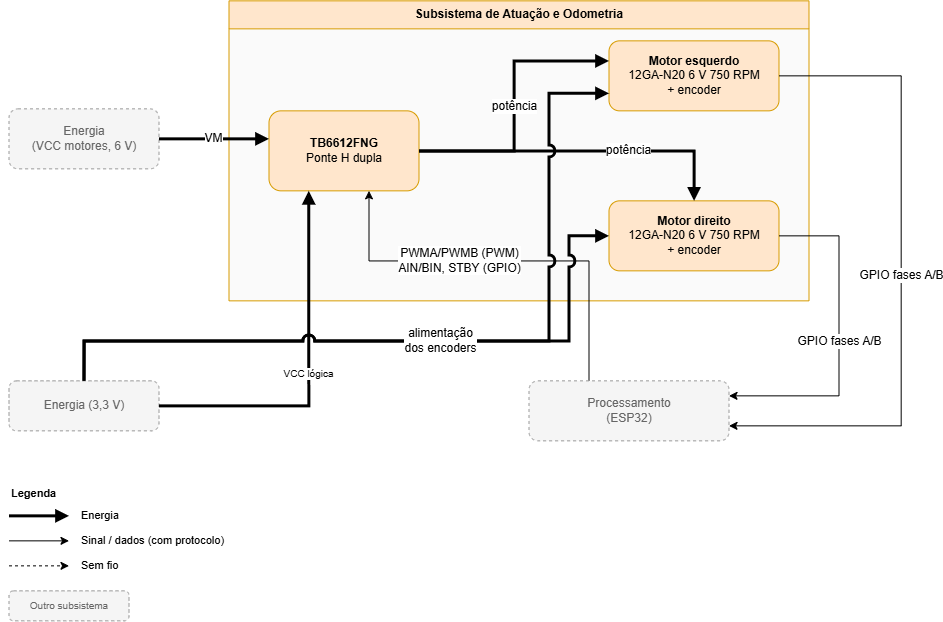
Above: hw/Placa de Integração/Diagrama de blocos/Diagrama de blocos-Atuação e Odometria.drawio.png in fcte-pi1/2026.2_PI1_Grupo2_Hilmer (draw.io), before the change. Source tidied: cells renumbered, new cells last; positions are measured from the earlier drawing's top-left corner, leaving out a move shared by most shapes. The source it was exported from:
```xml
<mxGraphModel>
  <root>
    <mxCell id="0" />
    <mxCell id="1" parent="0" />
    <mxCell id="2" value="Subsistema de Atuação e Odometria" style="swimlane;whiteSpace=wrap;html=1;startSize=28;fillColor=#ffe6cc;strokeColor=#d79b00;swimlaneFillColor=#FAFAFA;fontStyle=1;" parent="1" vertex="1">
      <mxGeometry x="220" width="580" height="300" as="geometry" />
    </mxCell>
    <mxCell id="3" value="&lt;b&gt;TB6612FNG&lt;/b&gt;&lt;br&gt;Ponte H dupla" style="rounded=1;whiteSpace=wrap;html=1;fillColor=#ffe6cc;strokeColor=#d79b00;" parent="2" vertex="1">
      <mxGeometry x="40" y="110" width="150" height="80" as="geometry" />
    </mxCell>
    <mxCell id="4" value="&lt;b&gt;Motor esquerdo&lt;/b&gt;&lt;br&gt;12GA-N20 6 V 750 RPM&lt;br&gt;+ encoder" style="rounded=1;whiteSpace=wrap;html=1;fillColor=#ffe6cc;strokeColor=#d79b00;" parent="2" vertex="1">
      <mxGeometry x="380" y="40" width="170" height="70" as="geometry" />
    </mxCell>
    <mxCell id="5" value="&lt;b&gt;Motor direito&lt;/b&gt;&lt;br&gt;12GA-N20 6 V 750 RPM&lt;br&gt;+ encoder" style="rounded=1;whiteSpace=wrap;html=1;fillColor=#ffe6cc;strokeColor=#d79b00;" parent="2" vertex="1">
      <mxGeometry x="380" y="200" width="170" height="70" as="geometry" />
    </mxCell>
    <mxCell id="6" value="&lt;font style=&quot;font-size: 12px;&quot;&gt;PWMA/PWMB (PWM)&lt;br&gt;AIN/BIN, STBY (GPIO)&lt;/font&gt;" style="edgeStyle=orthogonalEdgeStyle;rounded=0;jettySize=auto;html=1;labelBackgroundColor=#FFFFFF;fontSize=10;strokeWidth=1;endArrow=classic;endFill=1;exitX=0.3;exitY=0;exitDx=0;exitDy=0;jumpStyle=arc;jumpSize=8;" parent="1" edge="1" source="9">
      <mxGeometry x="0.22" relative="1" as="geometry">
        <mxPoint x="360" y="190" as="targetPoint" />
        <Array as="points">
          <mxPoint x="580" y="260" />
          <mxPoint x="360" y="260" />
        </Array>
      </mxGeometry>
    </mxCell>
    <mxCell id="7" value="Energia&lt;br&gt;(VCC motores, 6 V)" style="rounded=1;whiteSpace=wrap;html=1;fillColor=#f5f5f5;strokeColor=#999999;dashed=1;fontColor=#666666;" parent="1" vertex="1">
      <mxGeometry y="108" width="150" height="60" as="geometry" />
    </mxCell>
    <mxCell id="8" value="Energia (3,3 V)" style="rounded=1;whiteSpace=wrap;html=1;fillColor=#f5f5f5;strokeColor=#999999;dashed=1;fontColor=#666666;" parent="1" vertex="1">
      <mxGeometry y="380" width="150" height="50" as="geometry" />
    </mxCell>
    <mxCell id="9" value="Processamento&lt;br&gt;(ESP32)" style="rounded=1;whiteSpace=wrap;html=1;fillColor=#f5f5f5;strokeColor=#999999;dashed=1;fontColor=#666666;" parent="1" vertex="1">
      <mxGeometry x="520" y="380" width="200" height="60" as="geometry" />
    </mxCell>
    <mxCell id="10" value="&lt;font style=&quot;font-size: 12px;&quot;&gt;VM&lt;/font&gt;" style="edgeStyle=orthogonalEdgeStyle;rounded=0;jettySize=auto;html=1;labelBackgroundColor=#FFFFFF;fontSize=10;strokeWidth=3;endArrow=block;endFill=1;exitX=1;exitY=0.5;exitDx=0;exitDy=0;entryX=0;entryY=0.35;entryDx=0;entryDy=0;" parent="1" edge="1" source="7" target="3">
      <mxGeometry relative="1" as="geometry" />
    </mxCell>
    <mxCell id="11" value="VCC lógica" style="edgeStyle=orthogonalEdgeStyle;rounded=0;jettySize=auto;html=1;labelBackgroundColor=#FFFFFF;fontSize=10;strokeWidth=3;endArrow=block;endFill=1;exitX=1;exitY=0.5;exitDx=0;exitDy=0;" parent="1" edge="1" source="8">
      <mxGeometry relative="1" as="geometry">
        <mxPoint x="299.8" y="190" as="targetPoint" />
        <Array as="points">
          <mxPoint x="299.8" y="405" />
        </Array>
      </mxGeometry>
    </mxCell>
    <mxCell id="12" value="&lt;font style=&quot;font-size: 12px;&quot;&gt;potência&lt;/font&gt;" style="edgeStyle=orthogonalEdgeStyle;rounded=0;jettySize=auto;html=1;labelBackgroundColor=#FFFFFF;fontSize=10;strokeWidth=3;endArrow=block;endFill=1;" parent="1" edge="1" source="3" target="4">
      <mxGeometry relative="1" as="geometry">
        <Array as="points">
          <mxPoint x="505" y="150" />
          <mxPoint x="505" y="60" />
        </Array>
      </mxGeometry>
    </mxCell>
    <mxCell id="13" value="&lt;font style=&quot;font-size: 12px;&quot;&gt;potência&lt;/font&gt;" style="edgeStyle=orthogonalEdgeStyle;rounded=0;jettySize=auto;html=1;labelBackgroundColor=#FFFFFF;fontSize=10;strokeWidth=3;endArrow=block;endFill=1;" parent="1" edge="1" source="3" target="5">
      <mxGeometry x="0.29" relative="1" as="geometry" />
    </mxCell>
    <mxCell id="14" style="edgeStyle=orthogonalEdgeStyle;rounded=0;jettySize=auto;html=1;labelBackgroundColor=#FFFFFF;fontSize=10;strokeWidth=3;endArrow=block;endFill=1;exitX=0.5;exitY=0;exitDx=0;exitDy=0;entryX=0;entryY=0.5;entryDx=0;entryDy=0;jumpStyle=arc;jumpSize=8;" parent="1" edge="1" source="8" target="5">
      <mxGeometry relative="1" as="geometry">
        <Array as="points">
          <mxPoint x="75" y="340" />
          <mxPoint x="560" y="340" />
          <mxPoint x="560" y="235" />
        </Array>
      </mxGeometry>
    </mxCell>
    <mxCell id="15" value="&lt;font style=&quot;font-size: 12px;&quot;&gt;GPIO fases A/B&lt;/font&gt;" style="edgeStyle=orthogonalEdgeStyle;rounded=0;jettySize=auto;html=1;labelBackgroundColor=#FFFFFF;fontSize=10;strokeWidth=1;endArrow=classic;endFill=1;exitX=1;exitY=0.5;exitDx=0;exitDy=0;entryX=1;entryY=0.75;entryDx=0;entryDy=0;jumpStyle=arc;jumpSize=8;" parent="1" edge="1" source="4" target="9">
      <mxGeometry relative="1" as="geometry">
        <Array as="points">
          <mxPoint x="892.2" y="75" />
          <mxPoint x="892.2" y="425" />
        </Array>
      </mxGeometry>
    </mxCell>
    <mxCell id="16" value="&lt;font style=&quot;font-size: 12px;&quot;&gt;GPIO fases A/B&lt;/font&gt;" style="edgeStyle=orthogonalEdgeStyle;rounded=0;jettySize=auto;html=1;labelBackgroundColor=#FFFFFF;fontSize=10;strokeWidth=1;endArrow=classic;endFill=1;exitX=1;exitY=0.5;exitDx=0;exitDy=0;entryX=1;entryY=0.25;entryDx=0;entryDy=0;jumpStyle=arc;jumpSize=8;" parent="1" edge="1" source="5" target="9">
      <mxGeometry relative="1" as="geometry">
        <Array as="points">
          <mxPoint x="830" y="235" />
          <mxPoint x="830" y="395" />
        </Array>
      </mxGeometry>
    </mxCell>
    <mxCell id="17" value="&lt;b&gt;Legenda&lt;/b&gt;" style="text;html=1;align=left;verticalAlign=top;whiteSpace=wrap;fontSize=11;" parent="1" vertex="1">
      <mxGeometry y="480" width="200" height="20" as="geometry" />
    </mxCell>
    <mxCell id="18" style="edgeStyle=orthogonalEdgeStyle;rounded=0;orthogonalLoop=1;jettySize=auto;html=1;labelBackgroundColor=#FFFFFF;fontSize=10;strokeWidth=3;endArrow=block;endFill=1;" parent="1" edge="1">
      <mxGeometry relative="1" as="geometry">
        <mxPoint y="515" as="sourcePoint" />
        <mxPoint x="60" y="515" as="targetPoint" />
      </mxGeometry>
    </mxCell>
    <mxCell id="19" value="Energia" style="text;html=1;align=left;verticalAlign=top;whiteSpace=wrap;fontSize=11;verticalAlign=middle;" parent="1" vertex="1">
      <mxGeometry x="70" y="505" width="200" height="20" as="geometry" />
    </mxCell>
    <mxCell id="20" style="edgeStyle=orthogonalEdgeStyle;rounded=0;orthogonalLoop=1;jettySize=auto;html=1;labelBackgroundColor=#FFFFFF;fontSize=10;strokeWidth=1;endArrow=classic;endFill=1;" parent="1" edge="1">
      <mxGeometry relative="1" as="geometry">
        <mxPoint y="540" as="sourcePoint" />
        <mxPoint x="60" y="540" as="targetPoint" />
      </mxGeometry>
    </mxCell>
    <mxCell id="21" value="Sinal / dados (com protocolo)" style="text;html=1;align=left;verticalAlign=top;whiteSpace=wrap;fontSize=11;verticalAlign=middle;" parent="1" vertex="1">
      <mxGeometry x="70" y="530" width="200" height="20" as="geometry" />
    </mxCell>
    <mxCell id="22" style="edgeStyle=orthogonalEdgeStyle;rounded=0;orthogonalLoop=1;jettySize=auto;html=1;labelBackgroundColor=#FFFFFF;fontSize=10;strokeWidth=1;endArrow=classic;endFill=1;dashed=1;" parent="1" edge="1">
      <mxGeometry relative="1" as="geometry">
        <mxPoint y="565" as="sourcePoint" />
        <mxPoint x="60" y="565" as="targetPoint" />
      </mxGeometry>
    </mxCell>
    <mxCell id="23" value="Sem fio" style="text;html=1;align=left;verticalAlign=top;whiteSpace=wrap;fontSize=11;verticalAlign=middle;" parent="1" vertex="1">
      <mxGeometry x="70" y="555" width="200" height="20" as="geometry" />
    </mxCell>
    <mxCell id="24" value="Outro subsistema" style="rounded=1;whiteSpace=wrap;html=1;fillColor=#f5f5f5;strokeColor=#999999;dashed=1;fontColor=#666666;fontSize=10;" parent="1" vertex="1">
      <mxGeometry y="590" width="120" height="30" as="geometry" />
    </mxCell>
    <mxCell id="25" value="&lt;font style=&quot;font-size: 12px; background-color: light-dark(rgb(255, 255, 255), rgb(18, 18, 18));&quot;&gt;alimentação&lt;br&gt;dos encoders&lt;/font&gt;" style="edgeStyle=orthogonalEdgeStyle;rounded=0;jettySize=auto;html=1;labelBackgroundColor=#FFFFFF;fontSize=10;strokeWidth=3;endArrow=block;endFill=1;exitX=0.5;exitY=0;exitDx=0;exitDy=0;entryX=0;entryY=0.75;entryDx=0;entryDy=0;jumpStyle=arc;jumpSize=8;" parent="1" edge="1" source="8" target="4">
      <mxGeometry x="-0.02" relative="1" as="geometry">
        <Array as="points">
          <mxPoint x="75" y="340" />
          <mxPoint x="540" y="340" />
          <mxPoint x="540" y="92.5" />
        </Array>
      </mxGeometry>
    </mxCell>
  </root>
</mxGraphModel>
```
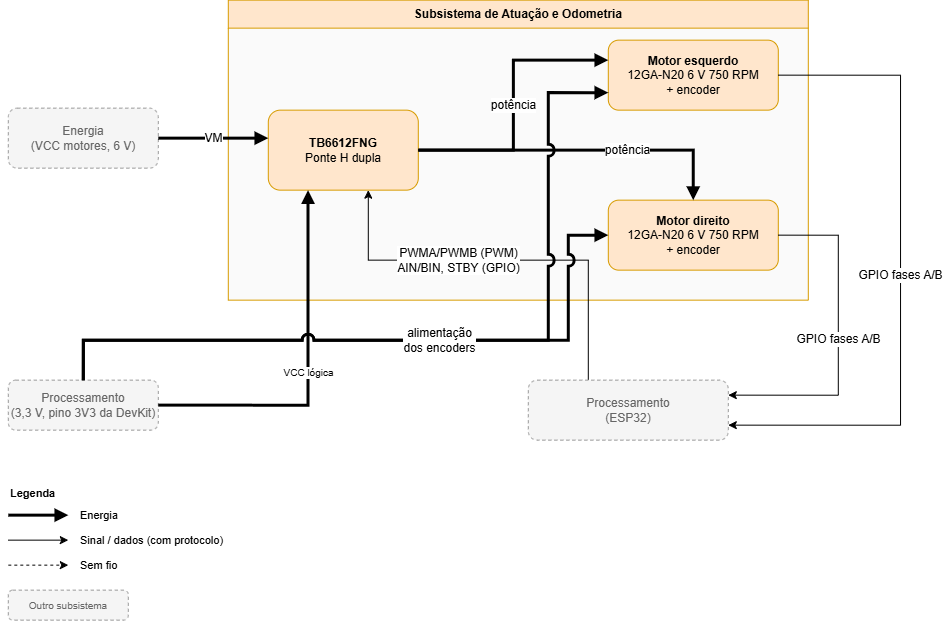
After the commit.

Commit message:
[Hardware] Documenta diagrama de blocos e atualiza alimentação

Change to the diagram source:
```diff
@@ -26,7 +26,7 @@
     <mxCell id="7" value="Energia&lt;br&gt;(VCC motores, 6 V)" style="rounded=1;whiteSpace=wrap;html=1;fillColor=#f5f5f5;strokeColor=#999999;dashed=1;fontColor=#666666;" parent="1" vertex="1">
       <mxGeometry y="108" width="150" height="60" as="geometry" />
     </mxCell>
-    <mxCell id="8" value="Energia (3,3 V)" style="rounded=1;whiteSpace=wrap;html=1;fillColor=#f5f5f5;strokeColor=#999999;dashed=1;fontColor=#666666;" parent="1" vertex="1">
+    <mxCell id="8" value="Processamento&lt;br&gt;(3,3 V, pino 3V3 da DevKit)" style="rounded=1;whiteSpace=wrap;html=1;fillColor=#f5f5f5;strokeColor=#999999;dashed=1;fontColor=#666666;" parent="1" vertex="1">
       <mxGeometry y="380" width="150" height="50" as="geometry" />
     </mxCell>
     <mxCell id="9" value="Processamento&lt;br&gt;(ESP32)" style="rounded=1;whiteSpace=wrap;html=1;fillColor=#f5f5f5;strokeColor=#999999;dashed=1;fontColor=#666666;" parent="1" vertex="1">
```
